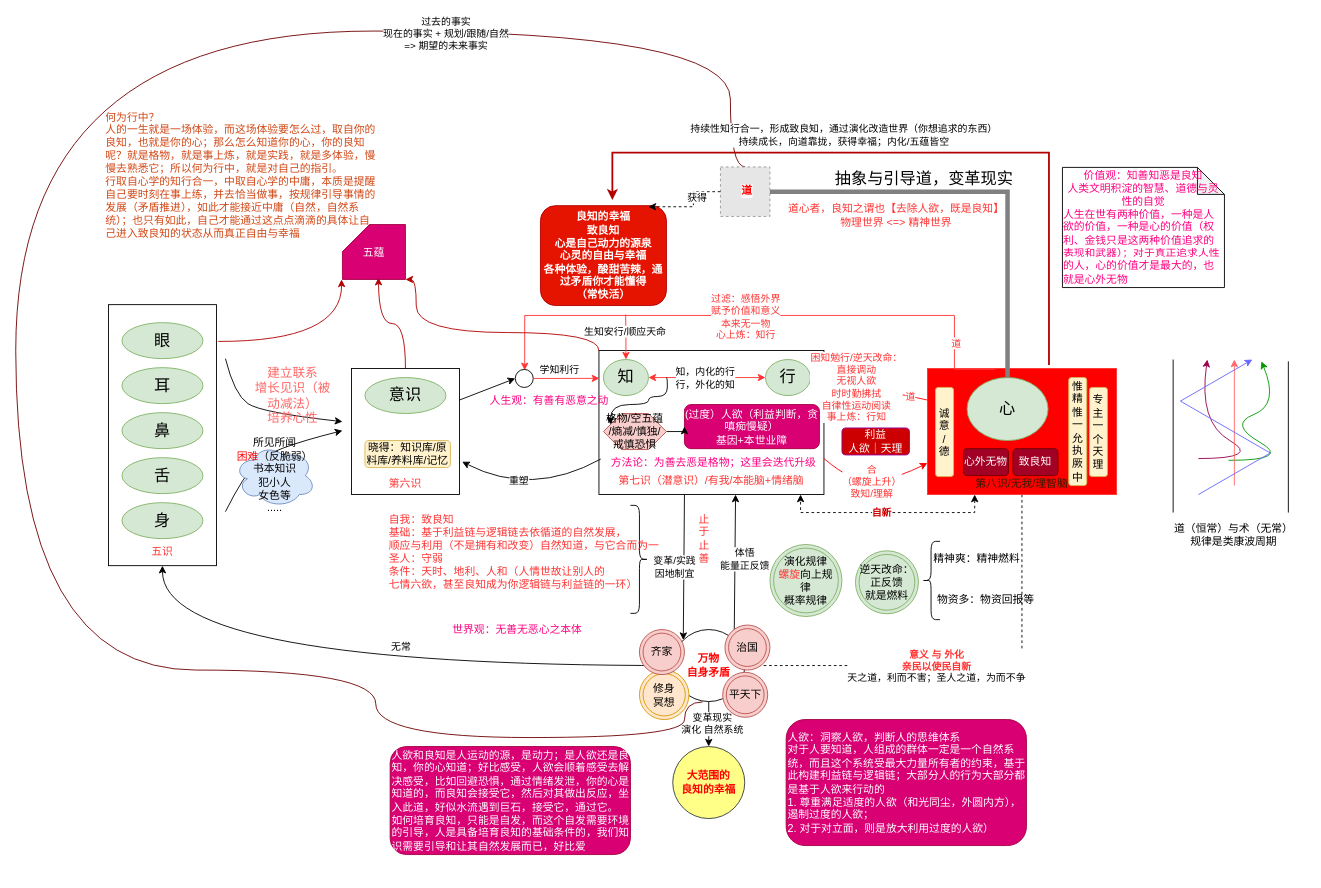
The draw.io diagram page "良知" (1 of 2) of xinxue.drawio in kason-huang/DrawIO, before the edit. Source tidied: cells renumbered, new cells numbered last; positions are measured from the earlier drawing's top-left corner, leaving out a move shared by most shapes. Both pictures are drawn from the tidied source at 90%, with x=0, y=0 at pixel (15, 31). Pictures stored in the file or linked from it are replaced by grey dashed boxes.
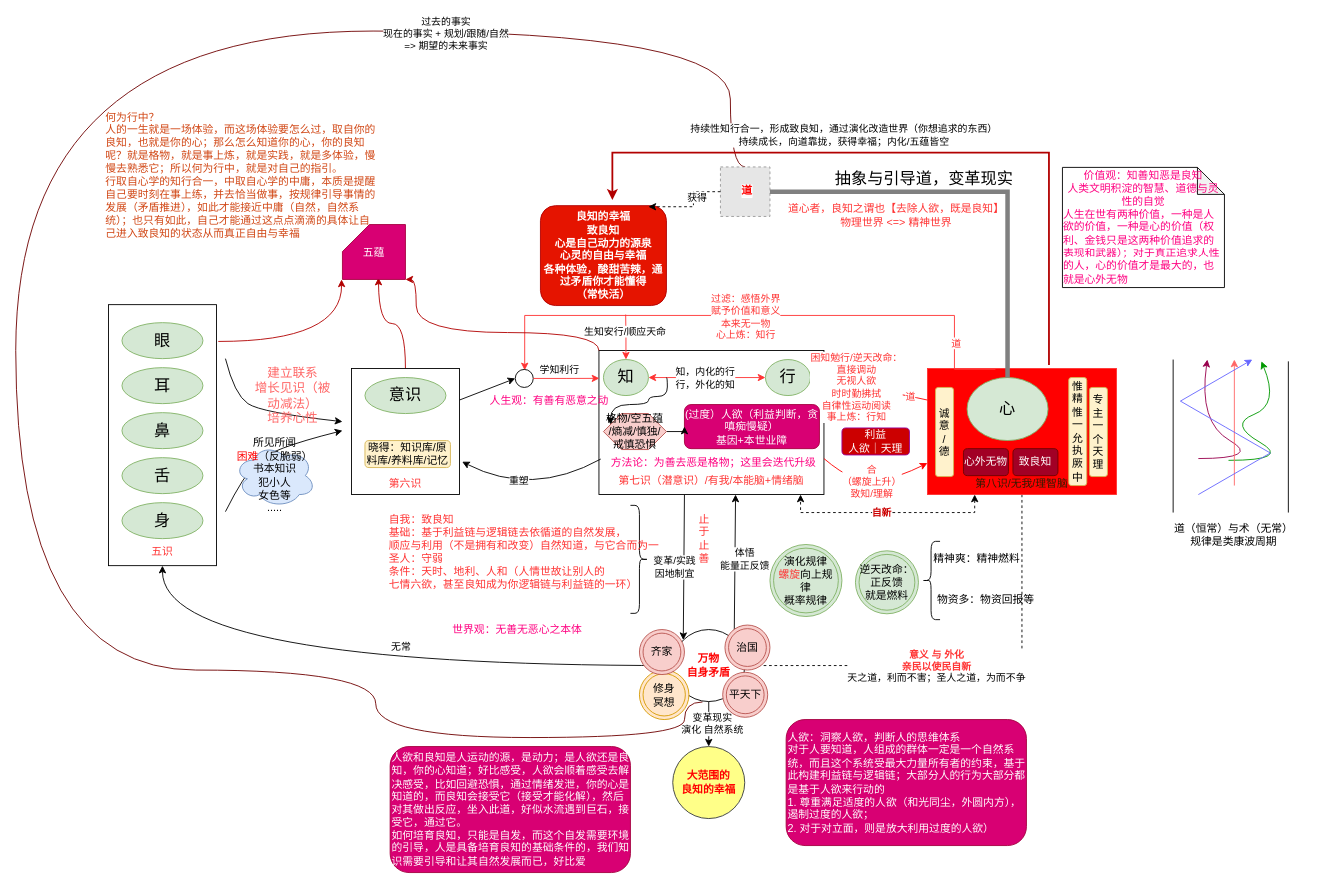
Above is the later version.

Change to the diagram source:
```diff
@@
-    <mxCell id="105" value="人欲和良知是人运动的源，是动力；是人欲还是良知，你的心知道；好比感受，人欲会顺着感受去解决感受，比如回避恐惧，通过情绪发泄，你的心是知道的，而良知会接受它，然后对其做出反应，坐入此道，好似水流遇到巨石，接受它，通过它。&lt;div&gt;如何培育良知，只能是自发，而这个自发需要环境的引导，人是具备培育良知的基础条件的，我们知识需要引导和让其自然发展而已，好比爱&lt;/div&gt;" style="rounded=1;whiteSpace=wrap;html=1;fillColor=#d80073;strokeColor=#A50040;fontColor=#ffffff;align=left;" parent="1" vertex="1">
-      <mxGeometry x="416" y="795" width="267" height="120" as="geometry" />
+    <mxCell id="105" value="人欲和良知是人运动的源，是动力；是人欲还是良知，你的心知道；好比感受，人欲会顺着感受去解决感受，比如回避恐惧，通过情绪发泄，你的心是知道的，而良知会接受它（接受才能化解），然后对其做出反应，坐入此道，好似水流遇到巨石，接受它，通过它。&lt;div&gt;如何培育良知，只能是自发，而这个自发需要环境的引导，人是具备培育良知的基础条件的，我们知识需要引导和让其自然发展而已，好比爱&lt;/div&gt;" style="rounded=1;whiteSpace=wrap;html=1;fillColor=#d80073;strokeColor=#A50040;fontColor=#ffffff;align=left;" parent="1" vertex="1">
+      <mxGeometry x="416" y="795" width="267" height="140" as="geometry" />
     </mxCell>
```
